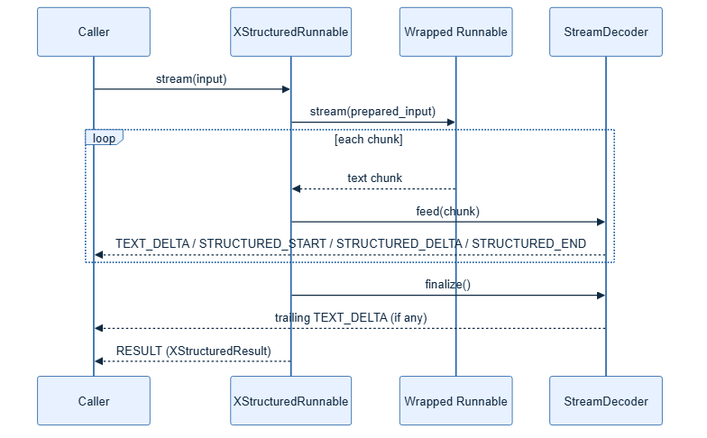
Above: docs/assets/diagrams/streaming-protocol.png in smuniharish/xstructured (Mermaid), before the change. Its source is kept beside it as diagrams/streaming-protocol.mmd. Source of this version:
```mermaid
sequenceDiagram
    participant U as Caller
    participant W as XStructuredRunnable
    participant R as Wrapped Runnable
    participant D as StreamDecoder

    U->>W: stream(input)
    W->>R: stream(prepared_input)
    loop each chunk
        R-->>W: text chunk
        W->>D: feed(chunk)
        D-->>U: TEXT_DELTA / STRUCTURED_START / STRUCTURED_DELTA / STRUCTURED_END
    end
    W->>D: finalize()
    D-->>U: trailing TEXT_DELTA (if any)
    W-->>U: RESULT (XStructuredResult)
```
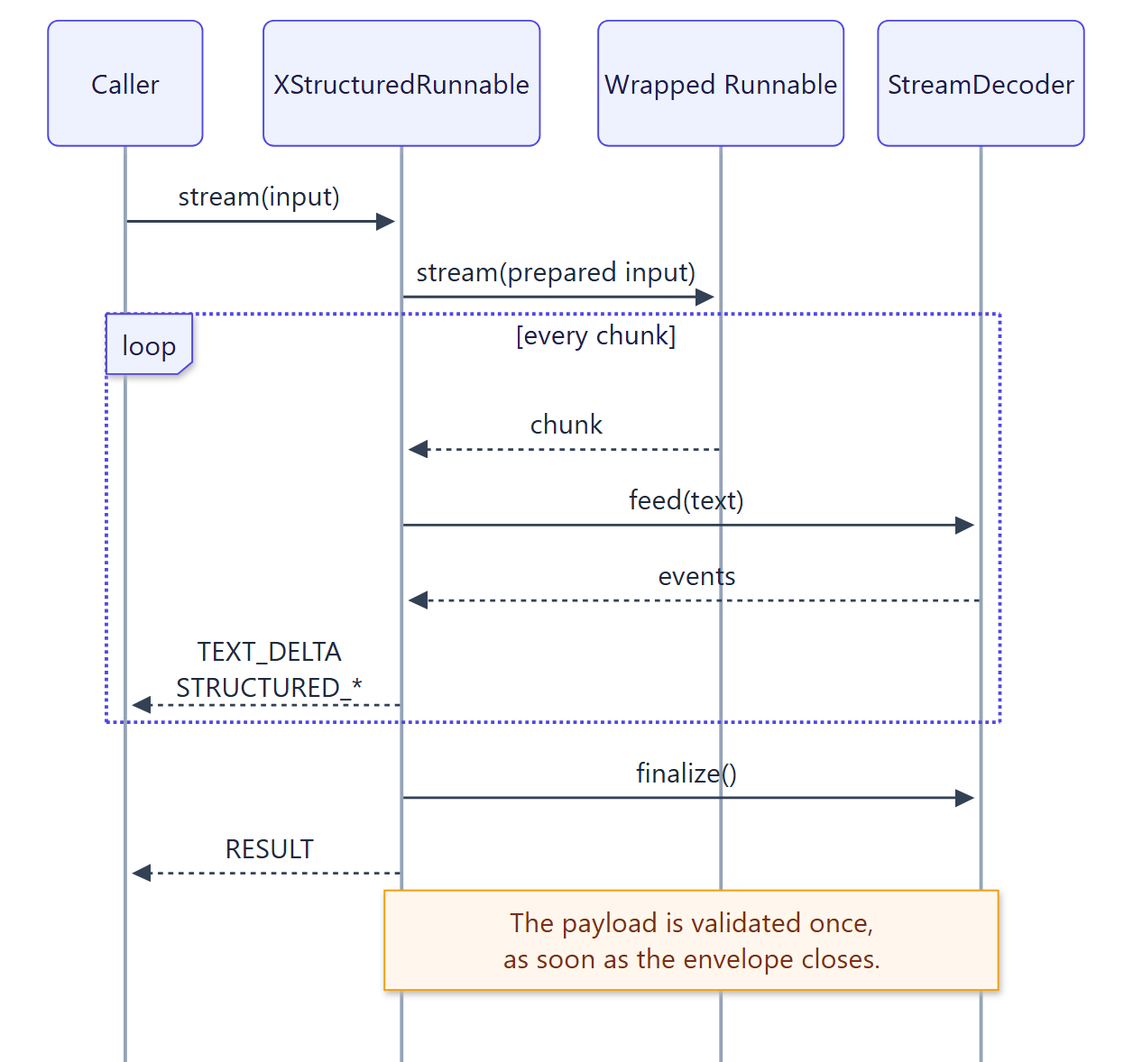
The same diagram one commit later.

Diff of the diagram source:
```diff
@@ -1,16 +1,17 @@
 sequenceDiagram
-    participant U as Caller
-    participant W as XStructuredRunnable
-    participant R as Wrapped Runnable
+    participant UI as Caller
+    participant X as XStructuredRunnable
+    participant M as Wrapped Runnable
     participant D as StreamDecoder
 
-    U->>W: stream(input)
-    W->>R: stream(prepared_input)
-    loop each chunk
-        R-->>W: text chunk
-        W->>D: feed(chunk)
-        D-->>U: TEXT_DELTA / STRUCTURED_START / STRUCTURED_DELTA / STRUCTURED_END
+    UI->>X: stream(input)
+    X->>M: stream(prepared input)
+    loop every chunk
+        M-->>X: chunk
+        X->>D: feed(text)
+        D-->>X: events
+        X-->>UI: TEXT_DELTA<br/>STRUCTURED_*
     end
-    W->>D: finalize()
-    D-->>U: trailing TEXT_DELTA (if any)
-    W-->>U: RESULT (XStructuredResult)
+    X->>D: finalize()
+    X-->>UI: RESULT
+    Note over X,D: The payload is validated once,<br/>as soon as the envelope closes.
```
